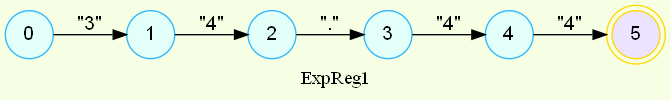
This is AFD_202000119/ExpReg1.png from SergieArizandieta/OLC1-P1-202000119, a Graphviz export, as it was before one commit. Its source is kept beside it as AFD_202000119/ExpReg1.dot.
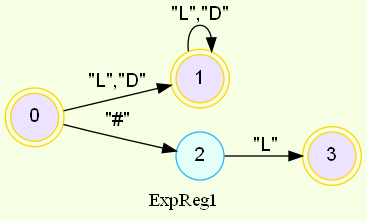
The same file after the commit.

The edit, as a diff of the source:
```diff
@@ -3,12 +3,11 @@
 	node [fontname="Helvetica,Arial,sans-serif" ]
 	edge [fontname="Helvetica,Arial,sans-serif"]
 	rankdir=LR;
-	node [shape = doublecircle, color = gold fillcolor="#EBE3FF" style =filled];5;
+	node [shape = doublecircle, color = gold fillcolor="#EBE3FF" style =filled];0,1,3;
 	node [shape = circle, color = "#2CB5FF" fillcolor="#E3FFFA" style =filled];
 
-0->1[label = "\"3\""];
-1->2[label = "\"4\""];
-2->3[label = "\".\""];
-3->4[label = "\"4\""];
-4->5[label = "\"4\""];
+0->1[label = "\"L\",\"D\""];
+0->2[label = "\"#\""];
+1->1[label = "\"L\",\"D\""];
+2->3[label = "\"L\""];
 label= ExpReg1}
```
